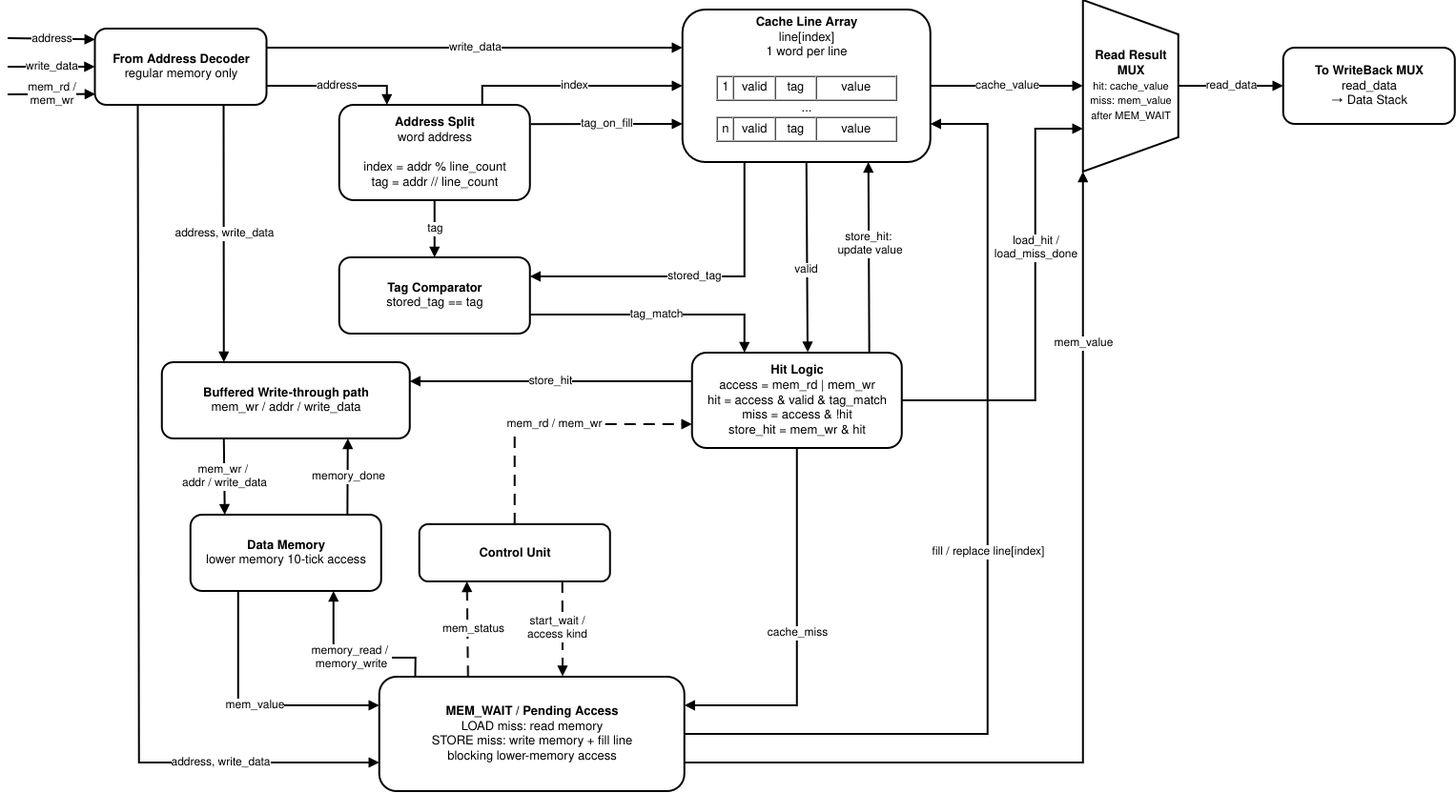
The draw.io diagram fig/cache.png in barmichevg/csa-lab4, before a commit. Source tidied: cells renumbered, new cells last; positions are measured from the earlier drawing's top-left corner, leaving out a move shared by most shapes.
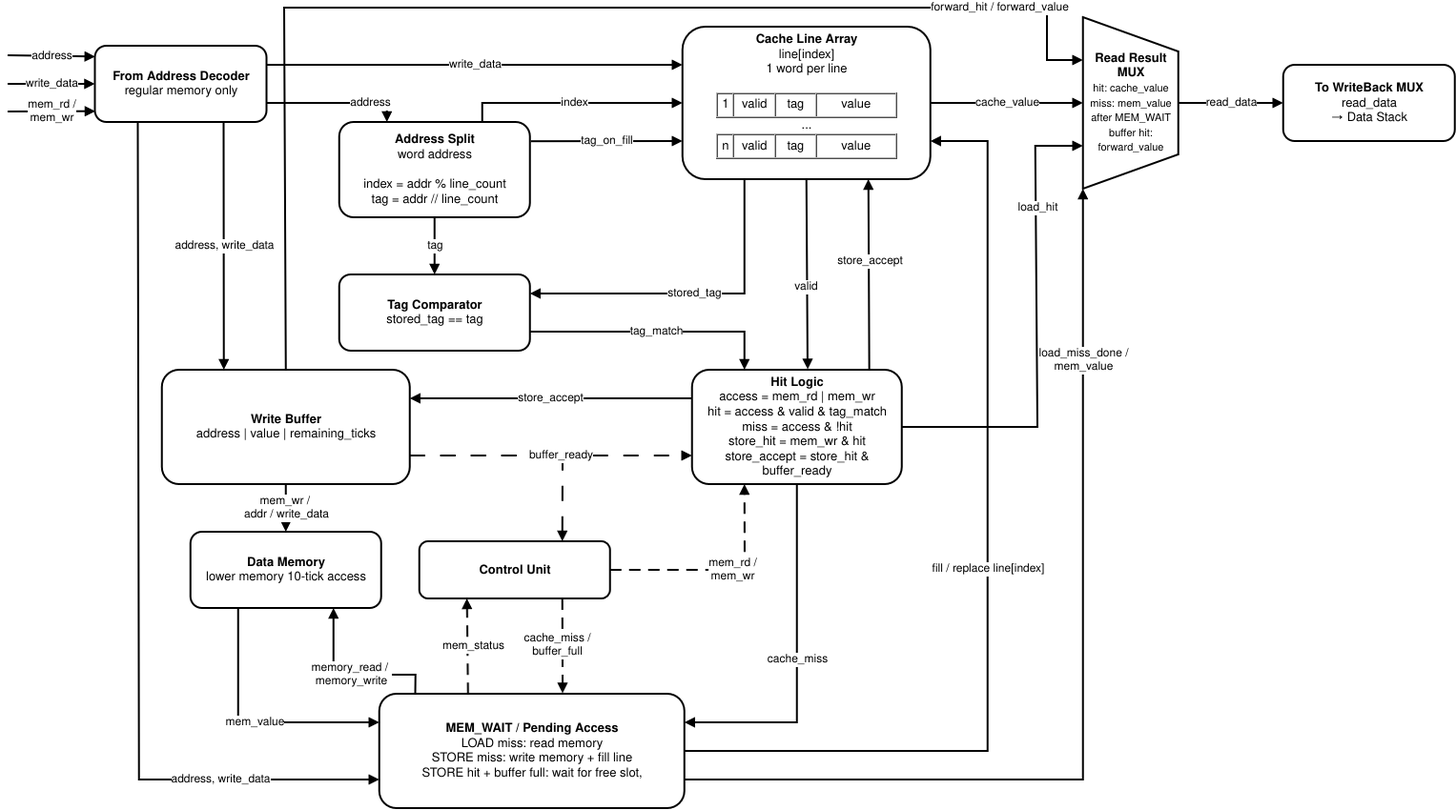
After the change.

The edit, as a diff of the source:
```diff
@@ -2,6 +2,13 @@
   <root>
     <mxCell id="0" />
     <mxCell id="1" parent="0" />
+    <mxCell id="41" style="endArrow=block;html=1;rounded=0;strokeWidth=2;strokeColor=#000000;fontSize=12;entryX=0.75;entryY=0;entryDx=0;entryDy=0;exitX=1;exitY=0.75;exitDx=0;exitDy=0;dashed=1;dashPattern=8 8;" parent="1" edge="1" source="22" target="19">
+      <mxGeometry x="0.18" relative="1" as="geometry">
+        <Array as="points">
+          <mxPoint x="582" y="460" />
+        </Array>
+      </mxGeometry>
+    </mxCell>
     <mxCell id="2" value="&lt;div&gt;&lt;b&gt;From Address Decoder&lt;/b&gt;&lt;/div&gt;regular memory only" style="rounded=1;whiteSpace=wrap;html=1;strokeWidth=2;fontSize=13;" parent="1" vertex="1">
       <mxGeometry x="91.5" y="30" width="180" height="80" as="geometry" />
     </mxCell>
@@ -24,7 +31,7 @@
       <mxGeometry x="347.8" y="110" width="200" height="100" as="geometry" />
     </mxCell>
     <mxCell id="7" value="address" style="endArrow=block;html=1;rounded=0;strokeWidth=2;strokeColor=#000000;fontSize=12;exitX=1;exitY=0.75;exitDx=0;exitDy=0;entryX=0.25;entryY=0;entryDx=0;entryDy=0;" parent="1" edge="1" source="2" target="6">
-      <mxGeometry relative="1" as="geometry">
+      <mxGeometry x="0.48" relative="1" as="geometry">
         <Array as="points">
           <mxPoint x="397.8" y="90" />
         </Array>
@@ -55,18 +62,18 @@
     <mxCell id="14" value="cache_value" style="endArrow=block;html=1;rounded=0;strokeWidth=2;strokeColor=#000000;fontSize=12;exitX=1;exitY=0.5;exitDx=0;exitDy=0;entryX=0.5;entryY=1;entryDx=0;entryDy=0;" parent="1" edge="1" source="8" target="38">
       <mxGeometry relative="1" as="geometry" />
     </mxCell>
-    <mxCell id="15" value="&lt;b&gt;MEM_WAIT / Pending Access&lt;/b&gt;&lt;br&gt;LOAD miss: read memory&lt;br&gt;&lt;div&gt;STORE miss: write memory + fill line&lt;/div&gt;blocking lower-memory access" style="rounded=1;whiteSpace=wrap;html=1;strokeWidth=2;fontSize=13;" parent="1" vertex="1">
+    <mxCell id="15" value="&lt;b&gt;MEM_WAIT / Pending Access&lt;/b&gt;&lt;br&gt;LOAD miss: read memory&lt;br&gt;&lt;div&gt;STORE miss: write memory + fill line&lt;/div&gt;&lt;div&gt;&lt;span&gt;STORE hit + buffer full:&lt;/span&gt;&lt;span&gt;&amp;nbsp;wait for free slot,&lt;/span&gt;&lt;/div&gt;" style="rounded=1;whiteSpace=wrap;html=1;strokeWidth=2;fontSize=13;" parent="1" vertex="1">
       <mxGeometry x="389.8" y="710" width="320" height="120" as="geometry" />
     </mxCell>
-    <mxCell id="16" value="mem_value" style="endArrow=block;html=1;rounded=0;strokeWidth=2;strokeColor=#000000;fontSize=12;exitX=1;exitY=0.75;exitDx=0;exitDy=0;entryX=1;entryY=1;entryDx=0;entryDy=0;" parent="1" edge="1" source="15" target="38">
+    <mxCell id="16" value="&lt;div&gt;load_miss_done /&lt;/div&gt;mem_value" style="endArrow=block;html=1;rounded=0;strokeWidth=2;strokeColor=#000000;fontSize=12;exitX=1;exitY=0.75;exitDx=0;exitDy=0;entryX=1;entryY=1;entryDx=0;entryDy=0;" parent="1" edge="1" source="15" target="38">
       <mxGeometry x="0.65" relative="1" as="geometry">
         <Array as="points">
           <mxPoint x="1127.8" y="800" />
         </Array>
       </mxGeometry>
     </mxCell>
-    <mxCell id="17" value="&lt;div&gt;&lt;b&gt;Hit Logic&lt;/b&gt;&lt;/div&gt;&lt;div&gt;access = mem_rd | mem_wr&lt;/div&gt;hit = access &amp;amp; valid &amp;amp; tag_match&lt;br&gt;miss = access &amp;amp; !hit&lt;br&gt;store_hit = mem_wr &amp;amp; hit&lt;font style=&quot;font-size: 11px&quot;&gt;&lt;/font&gt;" style="rounded=1;whiteSpace=wrap;html=1;strokeWidth=2;fontSize=13;" parent="1" vertex="1">
-      <mxGeometry x="717.8" y="370" width="220" height="100" as="geometry" />
+    <mxCell id="17" value="&lt;div&gt;&lt;b&gt;Hit Logic&lt;/b&gt;&lt;/div&gt;&lt;div&gt;access = mem_rd | mem_wr&lt;/div&gt;hit = access &amp;amp; valid &amp;amp; tag_match&lt;br&gt;miss = access &amp;amp; !hit&lt;br&gt;&lt;div&gt;store_hit = mem_wr &amp;amp; hit&lt;/div&gt;&lt;div&gt;store_accept = store_hit &amp;amp; buffer_ready&lt;/div&gt;" style="rounded=1;whiteSpace=wrap;html=1;strokeWidth=2;fontSize=13;" parent="1" vertex="1">
+      <mxGeometry x="717.8" y="370" width="220" height="120" as="geometry" />
     </mxCell>
     <mxCell id="18" value="valid" style="endArrow=block;html=1;rounded=0;strokeWidth=2;strokeColor=#000000;fontSize=12;entryX=0.551;entryY=-0.005;entryDx=0;entryDy=0;exitX=0.5;exitY=1;exitDx=0;exitDy=0;entryPerimeter=0;" parent="1" edge="1" source="8" target="17">
       <mxGeometry x="0.13" y="-1" relative="1" as="geometry" />
@@ -80,8 +87,8 @@
     <mxCell id="21" value="&lt;b&gt;Data Memory&lt;/b&gt;&lt;br&gt;lower memory 10-tick access" style="rounded=1;whiteSpace=wrap;html=1;strokeWidth=2;fontSize=13;" parent="1" vertex="1">
       <mxGeometry x="191.8" y="540" width="200" height="80" as="geometry" />
     </mxCell>
-    <mxCell id="22" value="&lt;div&gt;&lt;b&gt;Buffered&amp;nbsp;Write-through path&lt;/b&gt;&lt;/div&gt;&lt;div&gt;mem_wr / addr / write_data&lt;/div&gt;" style="rounded=1;whiteSpace=wrap;html=1;strokeWidth=2;fontSize=13;" parent="1" vertex="1">
-      <mxGeometry x="161.8" y="380" width="260" height="80" as="geometry" />
+    <mxCell id="22" value="&lt;div&gt;&lt;b&gt;Write Buffer&lt;/b&gt;&lt;/div&gt;&lt;div&gt;&lt;span&gt;address | value | remaining_ticks&lt;/span&gt;&lt;/div&gt;" style="rounded=1;whiteSpace=wrap;html=1;strokeWidth=2;fontSize=13;" parent="1" vertex="1">
+      <mxGeometry x="161.8" y="370" width="260" height="120" as="geometry" />
     </mxCell>
     <mxCell id="23" value="tag" style="endArrow=block;html=1;rounded=0;strokeWidth=2;strokeColor=#000000;fontSize=12;" parent="1" edge="1" source="6" target="20">
       <mxGeometry relative="1" as="geometry" />
@@ -100,18 +107,18 @@
         </Array>
       </mxGeometry>
     </mxCell>
-    <mxCell id="26" value="&lt;div&gt;load_hit /&lt;/div&gt;&lt;div&gt;load_miss_done&lt;/div&gt;" style="endArrow=block;html=1;rounded=0;strokeWidth=2;strokeColor=#000000;fontSize=12;entryX=0.75;entryY=1;entryDx=0;entryDy=0;" parent="1" edge="1" source="17" target="38">
-      <mxGeometry x="0.26" relative="1" as="geometry">
+    <mxCell id="26" value="&lt;div&gt;load_hit&lt;/div&gt;" style="endArrow=block;html=1;rounded=0;strokeWidth=2;strokeColor=#000000;fontSize=12;entryX=0.75;entryY=1;entryDx=0;entryDy=0;" parent="1" edge="1" source="17" target="38">
+      <mxGeometry x="0.53" y="-2" relative="1" as="geometry">
         <Array as="points">
-          <mxPoint x="1077.8" y="420" />
+          <mxPoint x="1080" y="430" />
           <mxPoint x="1077.8" y="135" />
         </Array>
       </mxGeometry>
     </mxCell>
-    <mxCell id="27" value="store_hit" style="endArrow=block;html=1;rounded=0;strokeWidth=2;strokeColor=#000000;fontSize=12;exitX=0;exitY=0.3;exitDx=0;exitDy=0;exitPerimeter=0;entryX=1;entryY=0.25;entryDx=0;entryDy=0;" parent="1" edge="1" source="17" target="22">
+    <mxCell id="27" value="store_accept" style="endArrow=block;html=1;rounded=0;strokeWidth=2;strokeColor=#000000;fontSize=12;entryX=1;entryY=0.25;entryDx=0;entryDy=0;exitX=0;exitY=0.25;exitDx=0;exitDy=0;" parent="1" edge="1" source="17" target="22">
       <mxGeometry relative="1" as="geometry" />
     </mxCell>
-    <mxCell id="28" value="&lt;div&gt;mem_wr /&amp;nbsp;&lt;/div&gt;&lt;div&gt;addr / write_data&lt;/div&gt;" style="endArrow=block;html=1;rounded=0;strokeWidth=2;strokeColor=#000000;fontSize=12;exitX=0.25;exitY=1;exitDx=0;exitDy=0;entryX=0.18;entryY=0;entryDx=0;entryDy=0;entryPerimeter=0;" parent="1" edge="1" source="22" target="21">
+    <mxCell id="28" value="&lt;div&gt;mem_wr /&amp;nbsp;&lt;/div&gt;&lt;div&gt;addr / write_data&lt;/div&gt;" style="endArrow=block;html=1;rounded=0;strokeWidth=2;strokeColor=#000000;fontSize=12;exitX=0.5;exitY=1;exitDx=0;exitDy=0;entryX=0.5;entryY=0;entryDx=0;entryDy=0;" parent="1" edge="1" source="22" target="21">
       <mxGeometry relative="1" as="geometry" />
     </mxCell>
     <mxCell id="29" value="mem_value" style="endArrow=block;html=1;rounded=0;strokeWidth=2;strokeColor=#000000;fontSize=12;entryX=0;entryY=0.25;entryDx=0;entryDy=0;exitX=0.25;exitY=1;exitDx=0;exitDy=0;" parent="1" edge="1" source="21" target="15">
@@ -129,16 +136,16 @@
         </Array>
       </mxGeometry>
     </mxCell>
-    <mxCell id="31" value="&lt;div&gt;start_wait /&lt;/div&gt;&lt;div&gt;access kind&lt;/div&gt;" style="endArrow=block;html=1;rounded=0;strokeWidth=2;dashed=1;dashPattern=6 4;strokeColor=light-dark(#000000,#000000);fontColor=light-dark(#000000, #6f9bf2);fontSize=12;entryX=0.601;entryY=-0.004;entryDx=0;entryDy=0;exitX=0.75;exitY=1;exitDx=0;exitDy=0;entryPerimeter=0;" parent="1" edge="1" source="19" target="15">
+    <mxCell id="31" value="&lt;div&gt;cache_miss /&lt;/div&gt;&lt;div&gt;buffer_full&lt;/div&gt;" style="endArrow=block;html=1;rounded=0;strokeWidth=2;dashed=1;dashPattern=6 4;strokeColor=light-dark(#000000,#000000);fontColor=light-dark(#000000, #6f9bf2);fontSize=12;entryX=0.601;entryY=-0.004;entryDx=0;entryDy=0;exitX=0.75;exitY=1;exitDx=0;exitDy=0;entryPerimeter=0;" parent="1" edge="1" source="19" target="15">
       <mxGeometry x="-0.01" y="-6" relative="1" as="geometry" />
     </mxCell>
     <mxCell id="32" value="mem_status" style="endArrow=block;html=1;rounded=0;strokeWidth=2;dashed=1;dashPattern=6 4;strokeColor=light-dark(#000000,#000000);fontColor=light-dark(#000000, #6f9bf2);fontSize=12;exitX=0.291;exitY=0.002;exitDx=0;exitDy=0;entryX=0.25;entryY=1;entryDx=0;entryDy=0;exitPerimeter=0;" parent="1" edge="1" source="15" target="19">
       <mxGeometry x="-0.01" y="-6" relative="1" as="geometry" />
     </mxCell>
-    <mxCell id="33" value="mem_rd / mem_wr" style="endArrow=block;html=1;rounded=0;strokeWidth=2;dashed=1;dashPattern=6 4;strokeColor=light-dark(#000000,#000000);fontColor=light-dark(#000000, #6f9bf2);fontSize=12;entryX=0;entryY=0.75;entryDx=0;entryDy=0;" parent="1" edge="1" source="19" target="17">
-      <mxGeometry x="0.01" relative="1" as="geometry">
+    <mxCell id="33" value="&lt;div&gt;mem_rd /&lt;/div&gt;&lt;div&gt;mem_wr&lt;/div&gt;" style="endArrow=block;html=1;rounded=0;strokeWidth=2;dashed=1;dashPattern=6 4;strokeColor=light-dark(#000000,#000000);fontColor=light-dark(#000000, #6f9bf2);fontSize=12;entryX=0.25;entryY=1;entryDx=0;entryDy=0;exitX=1;exitY=0.5;exitDx=0;exitDy=0;" parent="1" edge="1" source="19" target="17">
+      <mxGeometry x="0.11" relative="1" as="geometry">
         <Array as="points">
-          <mxPoint x="531.8" y="445" />
+          <mxPoint x="773" y="580" />
         </Array>
       </mxGeometry>
     </mxCell>
@@ -167,14 +174,23 @@
         </Array>
       </mxGeometry>
     </mxCell>
-    <mxCell id="38" value="&lt;b&gt;Read Result MUX&lt;/b&gt;&lt;br&gt;&lt;font style=&quot;font-size: 11px&quot;&gt;hit: cache_value&lt;br&gt;miss: mem_value after MEM_WAIT&lt;/font&gt;" style="shape=trapezoid;perimeter=trapezoidPerimeter;whiteSpace=wrap;html=1;strokeWidth=2;fillColor=#ffffff;strokeColor=#000000;fontSize=13;direction=south;" parent="1" vertex="1">
+    <mxCell id="38" value="&lt;b&gt;Read Result MUX&lt;/b&gt;&lt;br&gt;&lt;font style=&quot;font-size: 11px&quot;&gt;hit: cache_value&lt;br&gt;&lt;/font&gt;&lt;div&gt;&lt;font style=&quot;font-size: 11px&quot;&gt;miss: mem_value after MEM_WAIT&lt;/font&gt;&lt;/div&gt;&lt;div&gt;&lt;font style=&quot;font-size: 11px&quot;&gt;buffer hit: forward_value&lt;/font&gt;&lt;/div&gt;" style="shape=trapezoid;perimeter=trapezoidPerimeter;whiteSpace=wrap;html=1;strokeWidth=2;fillColor=#ffffff;strokeColor=#000000;fontSize=13;direction=south;" parent="1" vertex="1">
       <mxGeometry x="1127.8" width="100" height="180" as="geometry" />
     </mxCell>
-    <mxCell id="39" value="&lt;div&gt;store_hit:&amp;nbsp;&lt;/div&gt;&lt;div&gt;update value&lt;/div&gt;" style="endArrow=block;html=1;rounded=0;strokeWidth=2;strokeColor=#000000;fontSize=12;entryX=0.75;entryY=1;entryDx=0;entryDy=0;exitX=0.845;exitY=-0.004;exitDx=0;exitDy=0;exitPerimeter=0;" parent="1" edge="1" source="17" target="8">
+    <mxCell id="39" value="store_accept" style="endArrow=block;html=1;rounded=0;strokeWidth=2;strokeColor=#000000;fontSize=12;entryX=0.75;entryY=1;entryDx=0;entryDy=0;exitX=0.845;exitY=-0.004;exitDx=0;exitDy=0;exitPerimeter=0;" parent="1" edge="1" source="17" target="8">
       <mxGeometry x="0.13" y="-1" relative="1" as="geometry" />
     </mxCell>
-    <mxCell id="40" value="memory_done" style="endArrow=block;html=1;rounded=0;strokeWidth=2;strokeColor=#000000;fontSize=12;exitX=0.823;exitY=0.006;exitDx=0;exitDy=0;entryX=0.75;entryY=1;entryDx=0;entryDy=0;exitPerimeter=0;" parent="1" edge="1" source="21" target="22">
-      <mxGeometry relative="1" as="geometry" />
-    </mxCell>
+    <mxCell id="42" value="&lt;div&gt;buffer_ready&lt;/div&gt;" style="endArrow=block;html=1;rounded=0;strokeWidth=2;strokeColor=#000000;fontSize=12;entryX=0;entryY=0.75;entryDx=0;entryDy=0;exitX=1;exitY=0.75;exitDx=0;exitDy=0;dashed=1;dashPattern=8 8;" parent="1" edge="1" source="22" target="17">
+      <mxGeometry x="0.07" relative="1" as="geometry" />
+    </mxCell>
+    <mxCell id="43" value="forward_hit / forward_value" style="endArrow=block;html=1;rounded=0;strokeWidth=2;strokeColor=#000000;fontSize=12;exitX=0.5;exitY=0;exitDx=0;exitDy=0;entryX=0.25;entryY=1;entryDx=0;entryDy=0;fontStyle=0;" parent="1" edge="1" source="22" target="38">
+      <mxGeometry x="0.78" relative="1" as="geometry">
+        <Array as="points">
+          <mxPoint x="290" y="-10" />
+          <mxPoint x="1090" y="-10" />
+          <mxPoint x="1090" y="45" />
+        </Array>
+      </mxGeometry>
+    </mxCell>
   </root>
 </mxGraphModel>
```
